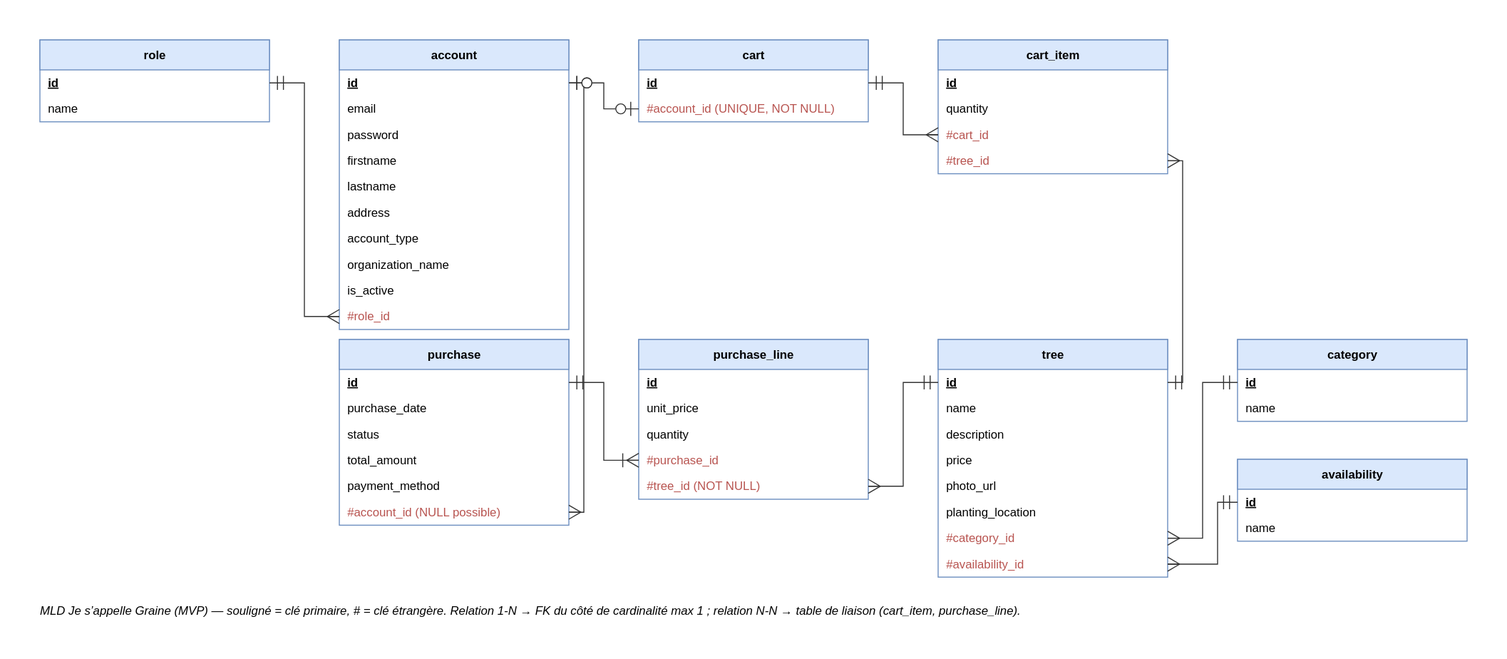
Earlier version of the draw.io export docs/conception/modele-de-donnees/06b-mld.drawio.svg (DimitryDereppe/je-s-appelle-graine). Source tidied: cells renumbered, new cells last; positions are measured from the earlier drawing's top-left corner, leaving out a move shared by most shapes.
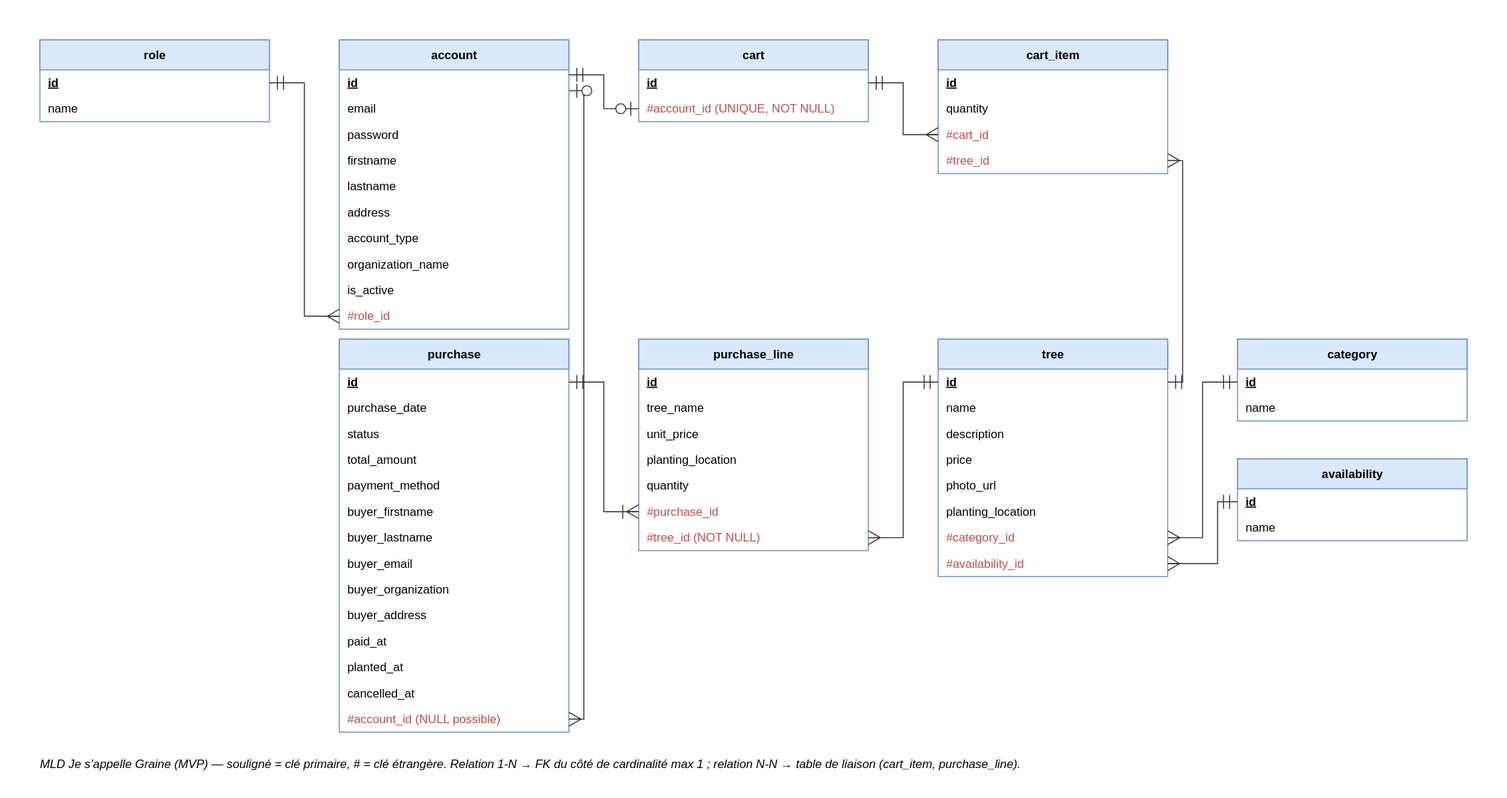
Above is the later version.

What changed in the source:
```diff
@@ -69,7 +69,7 @@
       <mxGeometry y="108" width="230" height="26" as="geometry" />
     </mxCell>
     <mxCell id="24" value="purchase" style="swimlane;fontStyle=1;align=center;startSize=30;html=1;whiteSpace=wrap;fillColor=#dae8fc;strokeColor=#6c8ebf;horizontal=1;" parent="1" vertex="1">
-      <mxGeometry x="300" y="300" width="230" height="186" as="geometry" />
+      <mxGeometry x="300" y="300" width="230" height="394" as="geometry" />
     </mxCell>
     <mxCell id="25" value="&lt;u&gt;&lt;b&gt;id&lt;/b&gt;&lt;/u&gt;" style="text;html=1;align=left;verticalAlign=middle;spacingLeft=8;strokeColor=none;fillColor=none;" parent="24" vertex="1">
       <mxGeometry y="30" width="230" height="26" as="geometry" />
@@ -86,26 +86,56 @@
     <mxCell id="29" value="payment_method" style="text;html=1;align=left;verticalAlign=middle;spacingLeft=8;strokeColor=none;fillColor=none;" parent="24" vertex="1">
       <mxGeometry y="134" width="230" height="26" as="geometry" />
     </mxCell>
+    <mxCell id="62" value="buyer_firstname" style="text;html=1;align=left;verticalAlign=middle;spacingLeft=8;strokeColor=none;fillColor=none;" parent="24" vertex="1">
+      <mxGeometry y="160" width="230" height="26" as="geometry" />
+    </mxCell>
+    <mxCell id="63" value="buyer_lastname" style="text;html=1;align=left;verticalAlign=middle;spacingLeft=8;strokeColor=none;fillColor=none;" parent="24" vertex="1">
+      <mxGeometry y="186" width="230" height="26" as="geometry" />
+    </mxCell>
+    <mxCell id="64" value="buyer_email" style="text;html=1;align=left;verticalAlign=middle;spacingLeft=8;strokeColor=none;fillColor=none;" parent="24" vertex="1">
+      <mxGeometry y="212" width="230" height="26" as="geometry" />
+    </mxCell>
+    <mxCell id="65" value="buyer_organization" style="text;html=1;align=left;verticalAlign=middle;spacingLeft=8;strokeColor=none;fillColor=none;" parent="24" vertex="1">
+      <mxGeometry y="238" width="230" height="26" as="geometry" />
+    </mxCell>
+    <mxCell id="66" value="buyer_address" style="text;html=1;align=left;verticalAlign=middle;spacingLeft=8;strokeColor=none;fillColor=none;" parent="24" vertex="1">
+      <mxGeometry y="264" width="230" height="26" as="geometry" />
+    </mxCell>
+    <mxCell id="67" value="paid_at" style="text;html=1;align=left;verticalAlign=middle;spacingLeft=8;strokeColor=none;fillColor=none;" parent="24" vertex="1">
+      <mxGeometry y="290" width="230" height="26" as="geometry" />
+    </mxCell>
+    <mxCell id="68" value="planted_at" style="text;html=1;align=left;verticalAlign=middle;spacingLeft=8;strokeColor=none;fillColor=none;" parent="24" vertex="1">
+      <mxGeometry y="316" width="230" height="26" as="geometry" />
+    </mxCell>
+    <mxCell id="69" value="cancelled_at" style="text;html=1;align=left;verticalAlign=middle;spacingLeft=8;strokeColor=none;fillColor=none;" parent="24" vertex="1">
+      <mxGeometry y="342" width="230" height="26" as="geometry" />
+    </mxCell>
     <mxCell id="30" value="#account_id (NULL possible)" style="text;html=1;align=left;verticalAlign=middle;spacingLeft=8;strokeColor=none;fillColor=none;fontColor=#b85450;" parent="24" vertex="1">
-      <mxGeometry y="160" width="230" height="26" as="geometry" />
+      <mxGeometry y="368" width="230" height="26" as="geometry" />
     </mxCell>
     <mxCell id="31" value="purchase_line" style="swimlane;fontStyle=1;align=center;startSize=30;html=1;whiteSpace=wrap;fillColor=#dae8fc;strokeColor=#6c8ebf;horizontal=1;" parent="1" vertex="1">
-      <mxGeometry x="600" y="300" width="230" height="160" as="geometry" />
+      <mxGeometry x="600" y="300" width="230" height="212" as="geometry" />
     </mxCell>
     <mxCell id="32" value="&lt;u&gt;&lt;b&gt;id&lt;/b&gt;&lt;/u&gt;" style="text;html=1;align=left;verticalAlign=middle;spacingLeft=8;strokeColor=none;fillColor=none;" parent="31" vertex="1">
       <mxGeometry y="30" width="230" height="26" as="geometry" />
     </mxCell>
+    <mxCell id="70" value="tree_name" style="text;html=1;align=left;verticalAlign=middle;spacingLeft=8;strokeColor=none;fillColor=none;" parent="31" vertex="1">
+      <mxGeometry y="56" width="230" height="26" as="geometry" />
+    </mxCell>
     <mxCell id="33" value="unit_price" style="text;html=1;align=left;verticalAlign=middle;spacingLeft=8;strokeColor=none;fillColor=none;" parent="31" vertex="1">
-      <mxGeometry y="56" width="230" height="26" as="geometry" />
+      <mxGeometry y="82" width="230" height="26" as="geometry" />
     </mxCell>
+    <mxCell id="71" value="planting_location" style="text;html=1;align=left;verticalAlign=middle;spacingLeft=8;strokeColor=none;fillColor=none;" parent="31" vertex="1">
+      <mxGeometry y="108" width="230" height="26" as="geometry" />
+    </mxCell>
     <mxCell id="34" value="quantity" style="text;html=1;align=left;verticalAlign=middle;spacingLeft=8;strokeColor=none;fillColor=none;" parent="31" vertex="1">
-      <mxGeometry y="82" width="230" height="26" as="geometry" />
+      <mxGeometry y="134" width="230" height="26" as="geometry" />
     </mxCell>
     <mxCell id="35" value="#purchase_id" style="text;html=1;align=left;verticalAlign=middle;spacingLeft=8;strokeColor=none;fillColor=none;fontColor=#b85450;" parent="31" vertex="1">
-      <mxGeometry y="108" width="230" height="26" as="geometry" />
+      <mxGeometry y="160" width="230" height="26" as="geometry" />
     </mxCell>
     <mxCell id="36" value="#tree_id (NOT NULL)" style="text;html=1;align=left;verticalAlign=middle;spacingLeft=8;strokeColor=none;fillColor=none;fontColor=#b85450;" parent="31" vertex="1">
-      <mxGeometry y="134" width="230" height="26" as="geometry" />
+      <mxGeometry y="186" width="230" height="26" as="geometry" />
     </mxCell>
     <mxCell id="37" value="tree" style="swimlane;fontStyle=1;align=center;startSize=30;html=1;whiteSpace=wrap;fillColor=#dae8fc;strokeColor=#6c8ebf;horizontal=1;" parent="1" vertex="1">
       <mxGeometry x="900" y="300" width="230" height="238" as="geometry" />
@@ -155,7 +185,7 @@
     <mxCell id="52" style="edgeStyle=entityRelationEdgeStyle;html=1;startArrow=ERmany;endArrow=ERmandOne;startFill=0;endFill=0;" parent="1" edge="1" source="15" target="3">
       <mxGeometry relative="1" as="geometry" />
     </mxCell>
-    <mxCell id="53" style="edgeStyle=entityRelationEdgeStyle;html=1;startArrow=ERzeroToOne;endArrow=ERzeroToOne;startFill=0;endFill=0;" parent="1" edge="1" source="18" target="6">
+    <mxCell id="53" style="edgeStyle=entityRelationEdgeStyle;html=1;startArrow=ERzeroToOne;endArrow=ERmandOne;entryX=1;entryY=0.2;entryDx=0;entryDy=0;startFill=0;endFill=0;" parent="1" edge="1" source="18" target="6">
       <mxGeometry relative="1" as="geometry" />
     </mxCell>
     <mxCell id="54" style="edgeStyle=entityRelationEdgeStyle;html=1;startArrow=ERmany;endArrow=ERmandOne;startFill=0;endFill=0;" parent="1" edge="1" source="22" target="17">
@@ -164,7 +194,7 @@
     <mxCell id="55" style="edgeStyle=entityRelationEdgeStyle;html=1;startArrow=ERmany;endArrow=ERmandOne;startFill=0;endFill=0;" parent="1" edge="1" source="23" target="38">
       <mxGeometry relative="1" as="geometry" />
     </mxCell>
-    <mxCell id="56" style="edgeStyle=entityRelationEdgeStyle;html=1;startArrow=ERmany;endArrow=ERzeroToOne;startFill=0;endFill=0;" parent="1" edge="1" source="30" target="6">
+    <mxCell id="56" style="edgeStyle=entityRelationEdgeStyle;html=1;startArrow=ERmany;endArrow=ERzeroToOne;entryX=1;entryY=0.8;entryDx=0;entryDy=0;startFill=0;endFill=0;" parent="1" edge="1" source="30" target="6">
       <mxGeometry relative="1" as="geometry" />
     </mxCell>
     <mxCell id="57" style="edgeStyle=entityRelationEdgeStyle;html=1;startArrow=ERoneToMany;endArrow=ERmandOne;startFill=0;endFill=0;" parent="1" edge="1" source="35" target="25">
@@ -180,7 +210,7 @@
       <mxGeometry relative="1" as="geometry" />
     </mxCell>
     <mxCell id="61" value="MLD Je s’appelle Graine (MVP) — souligné = clé primaire, # = clé étrangère. Relation 1-N → FK du côté de cardinalité max 1 ; relation N-N → table de liaison (cart_item, purchase_line)." style="text;html=1;whiteSpace=wrap;align=left;fontStyle=2;" parent="1" vertex="1">
-      <mxGeometry y="560" width="560" height="50" as="geometry" />
+      <mxGeometry y="714" width="560" height="50" as="geometry" />
     </mxCell>
   </root>
 </mxGraphModel>
```
